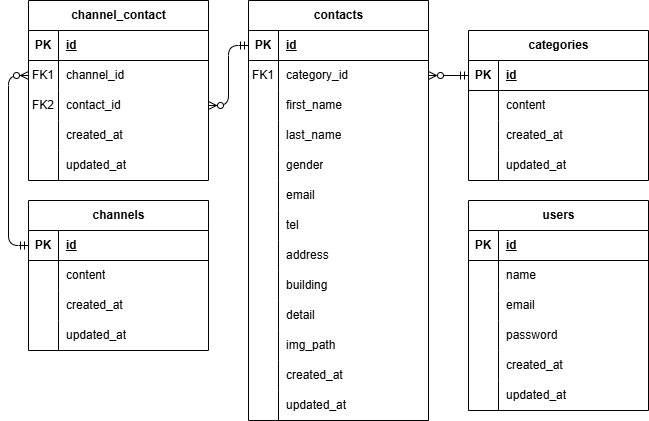
kasahara-dev/kasahara-kadai1 keeps this draw.io diagram as ER.drawio.png. Above is the earlier version. Source tidied: cells renumbered, new cells last; positions are measured from the earlier drawing's top-left corner, leaving out a move shared by most shapes.
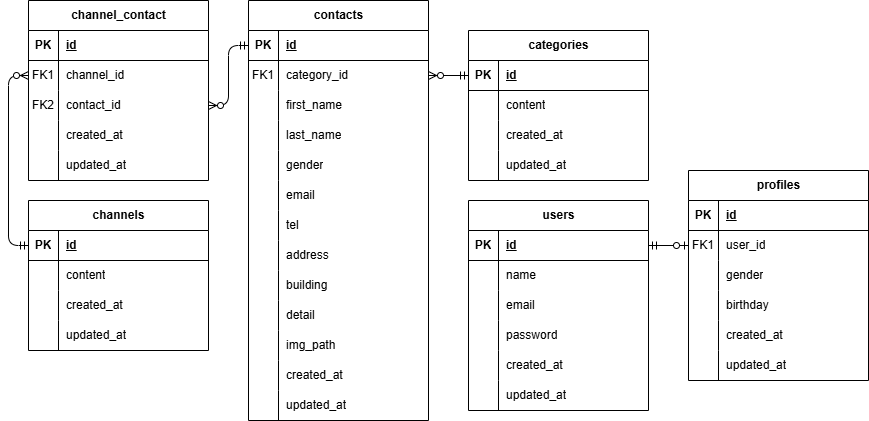
After the change.

Commit message:
ER図profilesテーブル追加

Diff of the diagram source:
```diff
@@ -319,5 +319,65 @@
         </Array>
       </mxGeometry>
     </mxCell>
+    <mxCell id="106" value="profiles" style="shape=table;startSize=30;rowLines=0;fontStyle=1;align=center;html=1;" parent="1" vertex="1">
+      <mxGeometry x="680" y="170" width="180" height="210" as="geometry" />
+    </mxCell>
+    <mxCell id="107" style="shape=tableRow;horizontal=0;startSize=0;swimlaneHead=0;swimlaneBody=0;fillColor=none;top=0;left=0;right=0;bottom=1;" parent="106" vertex="1">
+      <mxGeometry y="30" width="180" height="30" as="geometry" />
+    </mxCell>
+    <mxCell id="108" value="PK" style="shape=partialRectangle;fillColor=none;top=0;left=0;bottom=0;right=0;fontStyle=1;overflow=hidden;whiteSpace=wrap;html=1;" parent="107" vertex="1">
+      <mxGeometry width="30" height="30" as="geometry" />
+    </mxCell>
+    <mxCell id="109" value="id" style="shape=partialRectangle;fillColor=none;top=0;left=0;bottom=0;right=0;align=left;spacingLeft=6;fontStyle=5;overflow=hidden;whiteSpace=wrap;html=1;" parent="107" vertex="1">
+      <mxGeometry x="30" width="150" height="30" as="geometry" />
+    </mxCell>
+    <mxCell id="110" style="shape=tableRow;horizontal=0;startSize=0;swimlaneHead=0;swimlaneBody=0;fillColor=none;points=[[0,0.5],[1,0.5]];portConstraint=eastwest;top=0;left=0;right=0;bottom=0;" parent="106" vertex="1">
+      <mxGeometry y="60" width="180" height="30" as="geometry" />
+    </mxCell>
+    <mxCell id="111" value="FK1" style="shape=partialRectangle;fillColor=none;top=0;left=0;bottom=0;right=0;overflow=hidden;whiteSpace=wrap;html=1;" parent="110" vertex="1">
+      <mxGeometry width="30" height="30" as="geometry" />
+    </mxCell>
+    <mxCell id="112" value="user_id" style="shape=partialRectangle;fillColor=none;top=0;left=0;bottom=0;right=0;align=left;spacingLeft=6;overflow=hidden;whiteSpace=wrap;html=1;" parent="110" vertex="1">
+      <mxGeometry x="30" width="150" height="30" as="geometry" />
+    </mxCell>
+    <mxCell id="113" style="shape=tableRow;horizontal=0;startSize=0;swimlaneHead=0;swimlaneBody=0;fillColor=none;top=0;left=0;right=0;bottom=0;" parent="106" vertex="1">
+      <mxGeometry y="90" width="180" height="30" as="geometry" />
+    </mxCell>
+    <mxCell id="114" style="shape=partialRectangle;fillColor=none;top=0;left=0;bottom=0;right=0;overflow=hidden;whiteSpace=wrap;html=1;" parent="113" vertex="1">
+      <mxGeometry width="30" height="30" as="geometry" />
+    </mxCell>
+    <mxCell id="115" value="gender" style="shape=partialRectangle;fillColor=none;top=0;left=0;bottom=0;right=0;align=left;spacingLeft=6;overflow=hidden;whiteSpace=wrap;html=1;" parent="113" vertex="1">
+      <mxGeometry x="30" width="150" height="30" as="geometry" />
+    </mxCell>
+    <mxCell id="116" style="shape=tableRow;horizontal=0;startSize=0;swimlaneHead=0;swimlaneBody=0;fillColor=none;top=0;left=0;right=0;bottom=0;" parent="106" vertex="1">
+      <mxGeometry y="120" width="180" height="30" as="geometry" />
+    </mxCell>
+    <mxCell id="117" style="shape=partialRectangle;fillColor=none;top=0;left=0;bottom=0;right=0;overflow=hidden;whiteSpace=wrap;html=1;" parent="116" vertex="1">
+      <mxGeometry width="30" height="30" as="geometry" />
+    </mxCell>
+    <mxCell id="118" value="birthday" style="shape=partialRectangle;fillColor=none;top=0;left=0;bottom=0;right=0;align=left;spacingLeft=6;overflow=hidden;whiteSpace=wrap;html=1;" parent="116" vertex="1">
+      <mxGeometry x="30" width="150" height="30" as="geometry" />
+    </mxCell>
+    <mxCell id="119" style="shape=tableRow;horizontal=0;startSize=0;swimlaneHead=0;swimlaneBody=0;fillColor=none;top=0;left=0;right=0;bottom=0;" parent="106" vertex="1">
+      <mxGeometry y="150" width="180" height="30" as="geometry" />
+    </mxCell>
+    <mxCell id="120" style="shape=partialRectangle;fillColor=none;top=0;left=0;bottom=0;right=0;overflow=hidden;whiteSpace=wrap;html=1;" parent="119" vertex="1">
+      <mxGeometry width="30" height="30" as="geometry" />
+    </mxCell>
+    <mxCell id="121" value="created_at" style="shape=partialRectangle;fillColor=none;top=0;left=0;bottom=0;right=0;align=left;spacingLeft=6;overflow=hidden;whiteSpace=wrap;html=1;" parent="119" vertex="1">
+      <mxGeometry x="30" width="150" height="30" as="geometry" />
+    </mxCell>
+    <mxCell id="122" style="shape=tableRow;horizontal=0;startSize=0;swimlaneHead=0;swimlaneBody=0;fillColor=none;top=0;left=0;right=0;bottom=0;" parent="106" vertex="1">
+      <mxGeometry y="180" width="180" height="30" as="geometry" />
+    </mxCell>
+    <mxCell id="123" style="shape=partialRectangle;fillColor=none;top=0;left=0;bottom=0;right=0;overflow=hidden;whiteSpace=wrap;html=1;" parent="122" vertex="1">
+      <mxGeometry width="30" height="30" as="geometry" />
+    </mxCell>
+    <mxCell id="124" value="updated_at" style="shape=partialRectangle;fillColor=none;top=0;left=0;bottom=0;right=0;align=left;spacingLeft=6;overflow=hidden;whiteSpace=wrap;html=1;" parent="122" vertex="1">
+      <mxGeometry x="30" width="150" height="30" as="geometry" />
+    </mxCell>
+    <mxCell id="125" style="edgeStyle=entityRelationEdgeStyle;fontSize=12;html=1;endArrow=ERzeroToOne;startArrow=ERmandOne;exitX=1;exitY=0.5;exitDx=0;exitDy=0;entryX=0;entryY=0.5;entryDx=0;entryDy=0;endFill=0;" parent="1" edge="1" source="3" target="110">
+      <mxGeometry relative="1" as="geometry" />
+    </mxCell>
   </root>
 </mxGraphModel>
```
